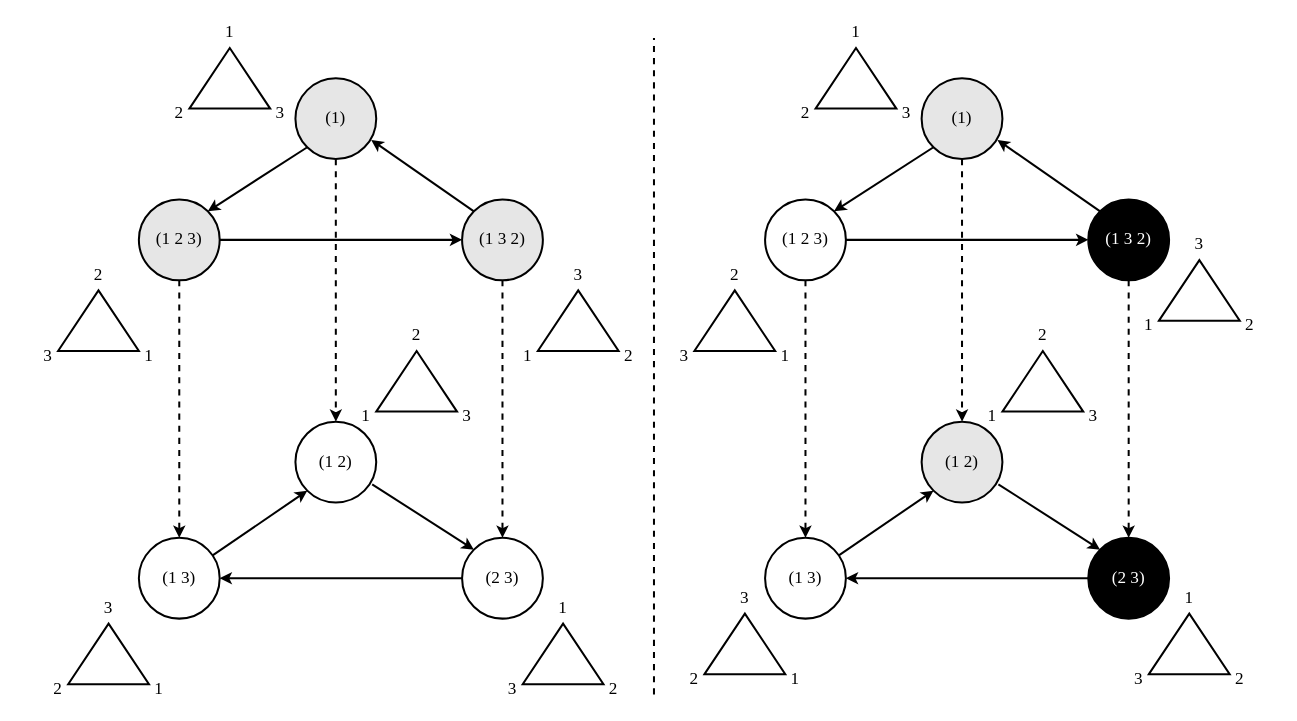
Above: page "S3/C3" (1 of 2) of algebra/img/S3-Cayley.drawio in gjz010/unplugged (draw.io), before the change. Source tidied: cells renumbered, new cells numbered last; positions are measured from the earlier drawing's top-left corner, leaving out a move shared by most shapes. Both pictures are drawn from the tidied source at 101%, with x=0, y=0 at pixel (17, 17).
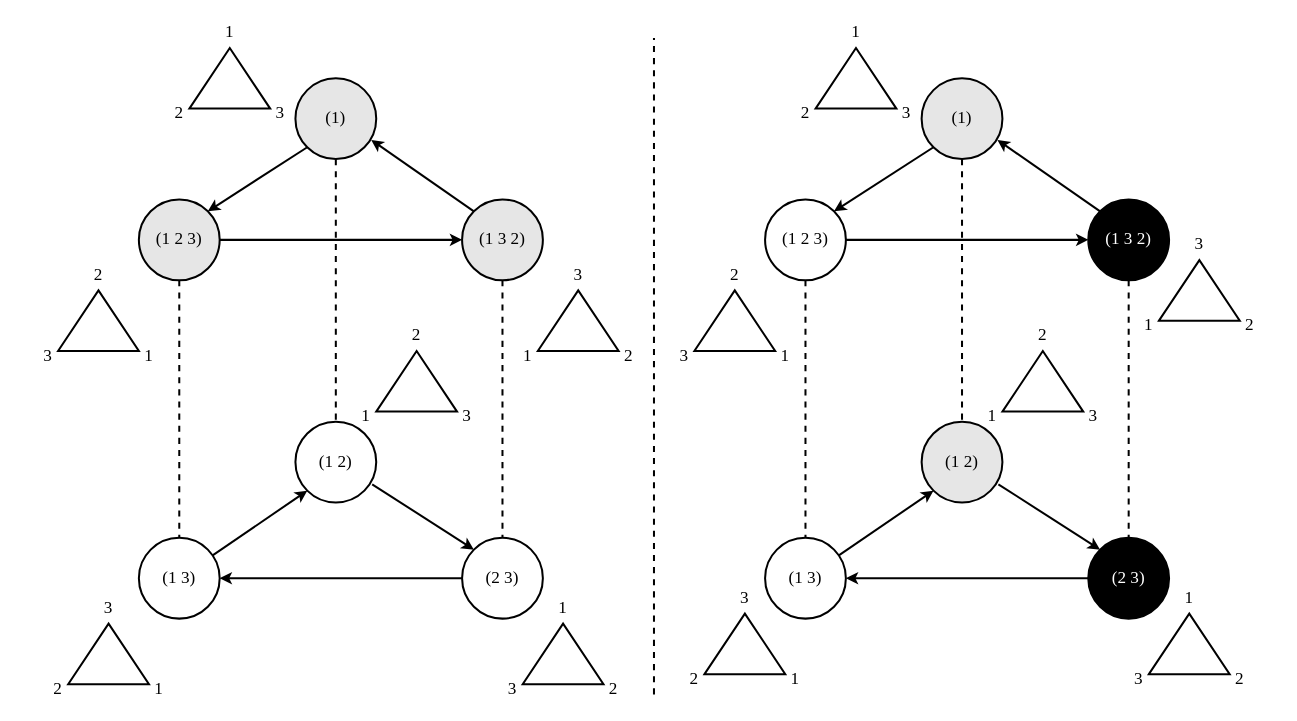
The same page after the edit.

The change refers to these unchanged cells:
```xml
<mxCell id="4" value="&lt;font style=&quot;font-size: 17px;&quot;&gt;(1)&lt;/font&gt;" style="ellipse;whiteSpace=wrap;html=1;strokeWidth=2;fontFamily=Times New Roman;fontSize=17;fillColor=#E6E6E6;" parent="1" vertex="1">
  <mxGeometry x="275" y="60" width="80" height="80" as="geometry" />
</mxCell>
<mxCell id="7" value="(1 2 3)" style="ellipse;whiteSpace=wrap;html=1;strokeWidth=2;fontFamily=Times New Roman;fontSize=17;fillColor=#E6E6E6;" parent="1" vertex="1">
  <mxGeometry x="120" y="180" width="80" height="80" as="geometry" />
</mxCell>
<mxCell id="10" value="(1 3 2)" style="ellipse;whiteSpace=wrap;html=1;strokeWidth=2;fontFamily=Times New Roman;fontSize=17;fillColor=#E6E6E6;" parent="1" vertex="1">
  <mxGeometry x="440" y="180" width="80" height="80" as="geometry" />
</mxCell>
<mxCell id="12" value="(1 2)" style="ellipse;whiteSpace=wrap;html=1;strokeWidth=2;fontFamily=Times New Roman;fontSize=17;" parent="1" vertex="1">
  <mxGeometry x="275" y="400" width="80" height="80" as="geometry" />
</mxCell>
<mxCell id="14" value="(1 3)" style="ellipse;whiteSpace=wrap;html=1;strokeWidth=2;fontFamily=Times New Roman;fontSize=17;" parent="1" vertex="1">
  <mxGeometry x="120" y="515" width="80" height="80" as="geometry" />
</mxCell>
<mxCell id="16" value="(2 3)" style="ellipse;whiteSpace=wrap;html=1;strokeWidth=2;fontFamily=Times New Roman;fontSize=17;" parent="1" vertex="1">
  <mxGeometry x="440" y="515" width="80" height="80" as="geometry" />
</mxCell>
<mxCell id="49" value="&lt;font style=&quot;font-size: 17px;&quot;&gt;(1)&lt;/font&gt;" style="ellipse;whiteSpace=wrap;html=1;strokeWidth=2;fontFamily=Times New Roman;fontSize=17;fillColor=#E6E6E6;" parent="1" vertex="1">
  <mxGeometry x="895" y="60" width="80" height="80" as="geometry" />
</mxCell>
<mxCell id="52" value="(1 2 3)" style="ellipse;whiteSpace=wrap;html=1;strokeWidth=2;fontFamily=Times New Roman;fontSize=17;fillColor=#FFFFFF;" parent="1" vertex="1">
  <mxGeometry x="740" y="180" width="80" height="80" as="geometry" />
</mxCell>
<mxCell id="55" value="(1 3 2)" style="ellipse;whiteSpace=wrap;html=1;strokeWidth=2;fontFamily=Times New Roman;fontSize=17;fillColor=#000000;sketch=0;shadow=0;fontColor=#FFFFFF;" parent="1" vertex="1">
  <mxGeometry x="1060" y="180" width="80" height="80" as="geometry" />
</mxCell>
<mxCell id="57" value="(1 2)" style="ellipse;whiteSpace=wrap;html=1;strokeWidth=2;fontFamily=Times New Roman;fontSize=17;fillColor=#E6E6E6;" parent="1" vertex="1">
  <mxGeometry x="895" y="400" width="80" height="80" as="geometry" />
</mxCell>
<mxCell id="59" value="(1 3)" style="ellipse;whiteSpace=wrap;html=1;strokeWidth=2;fontFamily=Times New Roman;fontSize=17;" parent="1" vertex="1">
  <mxGeometry x="740" y="515" width="80" height="80" as="geometry" />
</mxCell>
<mxCell id="61" value="(2 3)" style="ellipse;whiteSpace=wrap;html=1;strokeWidth=2;fontFamily=Times New Roman;fontSize=17;sketch=0;shadow=0;fillColor=#000000;fontColor=#FFFFFF;" parent="1" vertex="1">
  <mxGeometry x="1060" y="515" width="80" height="80" as="geometry" />
</mxCell>
```

Diff of the diagram source:
```diff
@@
-    <mxCell id="3" style="edgeStyle=none;rounded=0;jettySize=auto;html=1;exitX=0.5;exitY=1;exitDx=0;exitDy=0;dashed=1;strokeWidth=2;fontFamily=Times New Roman;fontSize=17;" parent="1" edge="1" source="4" target="12">
+    <mxCell id="3" style="edgeStyle=none;rounded=0;jettySize=auto;html=1;exitX=0.5;exitY=1;exitDx=0;exitDy=0;dashed=1;strokeWidth=2;fontFamily=Times New Roman;fontSize=17;endArrow=none;endFill=0;" parent="1" edge="1" source="4" target="12">
       <mxGeometry relative="1" as="geometry" />
     </mxCell>
@@
-    <mxCell id="6" style="edgeStyle=none;rounded=0;jettySize=auto;html=1;exitX=0.5;exitY=1;exitDx=0;exitDy=0;entryX=0.5;entryY=0;entryDx=0;entryDy=0;strokeWidth=2;dashed=1;fontFamily=Times New Roman;fontSize=17;" parent="1" edge="1" source="7" target="14">
+    <mxCell id="6" style="edgeStyle=none;rounded=0;jettySize=auto;html=1;exitX=0.5;exitY=1;exitDx=0;exitDy=0;entryX=0.5;entryY=0;entryDx=0;entryDy=0;strokeWidth=2;dashed=1;fontFamily=Times New Roman;fontSize=17;endArrow=none;endFill=0;" parent="1" edge="1" source="7" target="14">
       <mxGeometry relative="1" as="geometry" />
     </mxCell>
@@
-    <mxCell id="9" style="edgeStyle=none;rounded=0;jettySize=auto;html=1;exitX=0.5;exitY=1;exitDx=0;exitDy=0;dashed=1;strokeWidth=2;fontFamily=Times New Roman;fontSize=17;" parent="1" edge="1" source="10" target="16">
+    <mxCell id="9" style="edgeStyle=none;rounded=0;jettySize=auto;html=1;exitX=0.5;exitY=1;exitDx=0;exitDy=0;dashed=1;strokeWidth=2;fontFamily=Times New Roman;fontSize=17;endArrow=none;endFill=0;" parent="1" edge="1" source="10" target="16">
       <mxGeometry relative="1" as="geometry" />
     </mxCell>
@@
-    <mxCell id="48" style="edgeStyle=none;rounded=0;jettySize=auto;html=1;exitX=0.5;exitY=1;exitDx=0;exitDy=0;dashed=1;strokeWidth=2;fontFamily=Times New Roman;fontSize=17;" parent="1" edge="1" source="49" target="57">
+    <mxCell id="48" style="edgeStyle=none;rounded=0;jettySize=auto;html=1;exitX=0.5;exitY=1;exitDx=0;exitDy=0;dashed=1;strokeWidth=2;fontFamily=Times New Roman;fontSize=17;endArrow=none;endFill=0;" parent="1" edge="1" source="49" target="57">
       <mxGeometry relative="1" as="geometry" />
     </mxCell>
@@
-    <mxCell id="51" style="edgeStyle=none;rounded=0;jettySize=auto;html=1;exitX=0.5;exitY=1;exitDx=0;exitDy=0;entryX=0.5;entryY=0;entryDx=0;entryDy=0;strokeWidth=2;dashed=1;fontFamily=Times New Roman;fontSize=17;" parent="1" edge="1" source="52" target="59">
+    <mxCell id="51" style="edgeStyle=none;rounded=0;jettySize=auto;html=1;exitX=0.5;exitY=1;exitDx=0;exitDy=0;entryX=0.5;entryY=0;entryDx=0;entryDy=0;strokeWidth=2;dashed=1;fontFamily=Times New Roman;fontSize=17;endArrow=none;endFill=0;" parent="1" edge="1" source="52" target="59">
       <mxGeometry relative="1" as="geometry" />
     </mxCell>
@@
-    <mxCell id="54" style="edgeStyle=none;rounded=0;jettySize=auto;html=1;exitX=0.5;exitY=1;exitDx=0;exitDy=0;dashed=1;strokeWidth=2;fontFamily=Times New Roman;fontSize=17;" parent="1" edge="1" source="55" target="61">
+    <mxCell id="54" style="edgeStyle=none;rounded=0;jettySize=auto;html=1;exitX=0.5;exitY=1;exitDx=0;exitDy=0;dashed=1;strokeWidth=2;fontFamily=Times New Roman;fontSize=17;endArrow=none;endFill=0;" parent="1" edge="1" source="55" target="61">
       <mxGeometry relative="1" as="geometry" />
     </mxCell>
```
